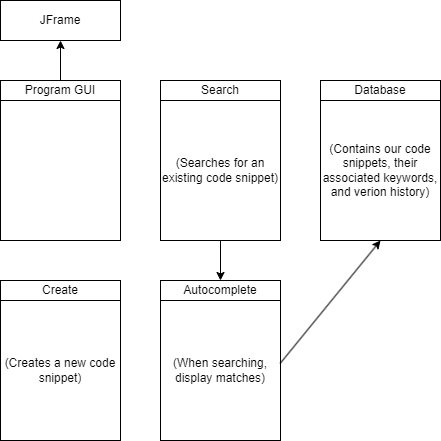
Before: uml_diagram.dio.png, a diagram exported from draw.io (MegacWasTaken/MegacWasTaken-project3). Source tidied: cells renumbered, new cells last; positions are measured from the earlier drawing's top-left corner, leaving out a move shared by most shapes.
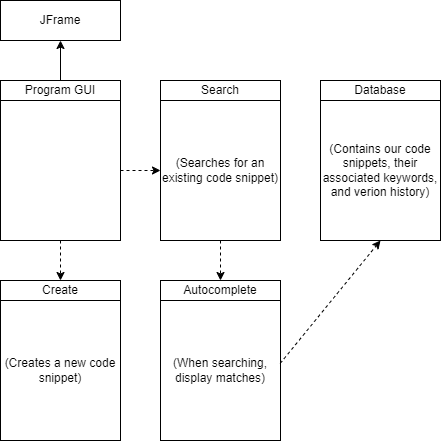
Later version of the same file.

Commit message:
Improved uml arrows

Diff of the diagram source:
```diff
@@ -8,6 +8,12 @@
     <mxCell id="3" value="Program GUI" style="rounded=0;whiteSpace=wrap;html=1;" parent="1" vertex="1">
       <mxGeometry y="80" width="120" height="20" as="geometry" />
     </mxCell>
+    <mxCell id="16" style="edgeStyle=none;html=1;exitX=0.5;exitY=1;exitDx=0;exitDy=0;entryX=0.5;entryY=0;entryDx=0;entryDy=0;dashed=1;" parent="1" edge="1" source="4" target="5">
+      <mxGeometry relative="1" as="geometry" />
+    </mxCell>
+    <mxCell id="17" style="edgeStyle=none;html=1;exitX=1;exitY=0.5;exitDx=0;exitDy=0;entryX=0;entryY=0.5;entryDx=0;entryDy=0;dashed=1;" parent="1" edge="1" source="4" target="9">
+      <mxGeometry relative="1" as="geometry" />
+    </mxCell>
     <mxCell id="4" style="rounded=0;whiteSpace=wrap;html=1;" parent="1" vertex="1">
       <mxGeometry y="100" width="120" height="140" as="geometry" />
     </mxCell>
@@ -20,7 +26,7 @@
     <mxCell id="7" value="Search" style="rounded=0;whiteSpace=wrap;html=1;" parent="1" vertex="1">
       <mxGeometry x="160" y="80" width="120" height="20" as="geometry" />
     </mxCell>
-    <mxCell id="8" style="edgeStyle=none;html=1;exitX=0.5;exitY=1;exitDx=0;exitDy=0;entryX=0.5;entryY=0;entryDx=0;entryDy=0;" parent="1" edge="1" source="9" target="10">
+    <mxCell id="8" style="edgeStyle=none;html=1;exitX=0.5;exitY=1;exitDx=0;exitDy=0;entryX=0.5;entryY=0;entryDx=0;entryDy=0;dashed=1;" parent="1" edge="1" source="9" target="10">
       <mxGeometry relative="1" as="geometry" />
     </mxCell>
     <mxCell id="9" value="(Searches for an existing code snippet)" style="rounded=0;whiteSpace=wrap;html=1;" parent="1" vertex="1">
@@ -38,7 +44,7 @@
     <mxCell id="13" value="Database" style="rounded=0;whiteSpace=wrap;html=1;" parent="1" vertex="1">
       <mxGeometry x="320" y="80" width="120" height="20" as="geometry" />
     </mxCell>
-    <mxCell id="14" style="edgeStyle=none;html=1;exitX=0.997;exitY=0.45;exitDx=0;exitDy=0;entryX=0.5;entryY=1;entryDx=0;entryDy=0;exitPerimeter=0;" parent="1" edge="1" source="11" target="15">
+    <mxCell id="14" style="edgeStyle=none;html=1;exitX=0.997;exitY=0.45;exitDx=0;exitDy=0;entryX=0.5;entryY=1;entryDx=0;entryDy=0;exitPerimeter=0;dashed=1;" parent="1" edge="1" source="11" target="15">
       <mxGeometry relative="1" as="geometry" />
     </mxCell>
     <mxCell id="15" value="(Contains our code snippets, their associated keywords, and verion history)" style="rounded=0;whiteSpace=wrap;html=1;" parent="1" vertex="1">
```
